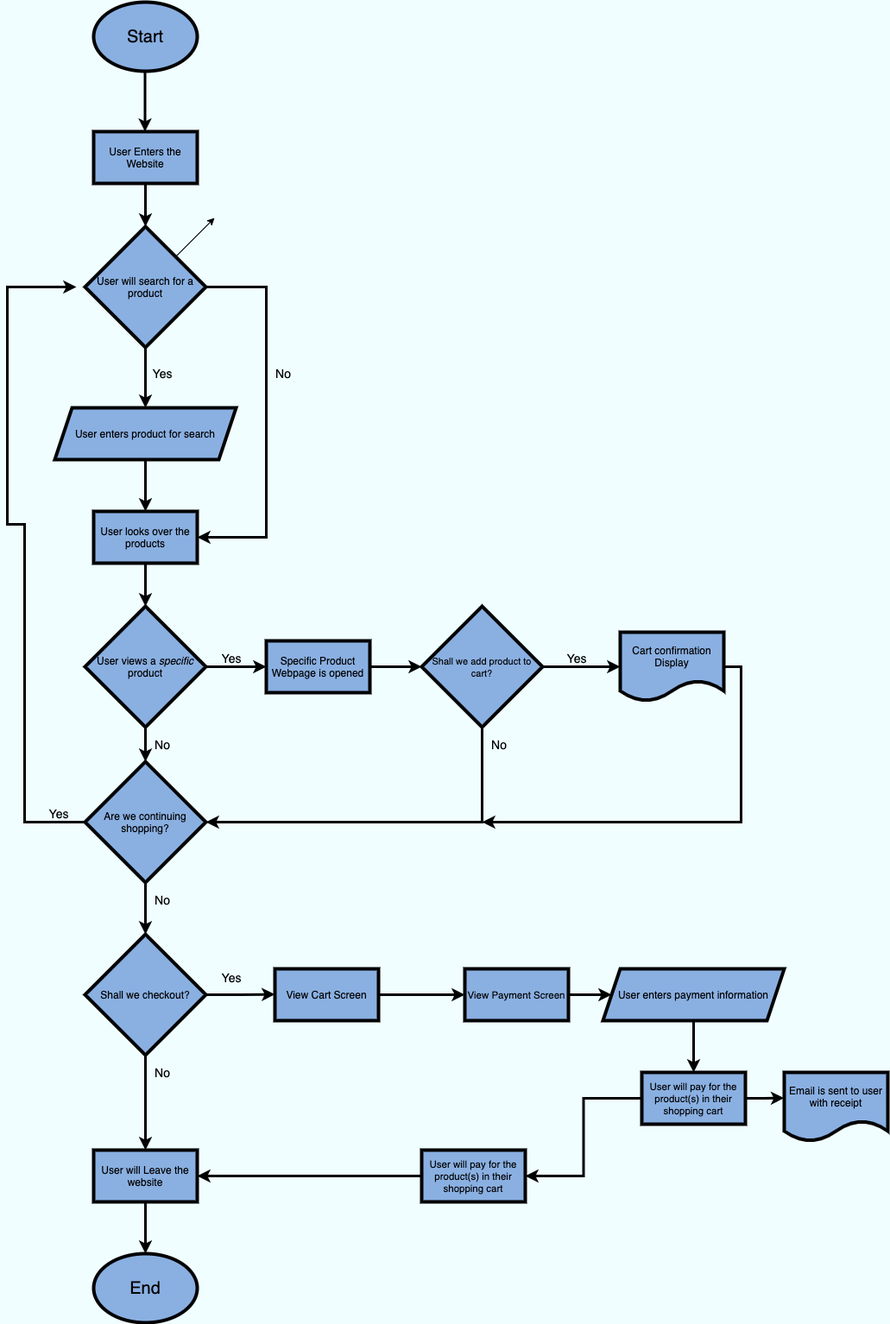
Above: explore/diagramming/diagram.drawio.png in adityaamoghe/fa21-cse110-lab4 (draw.io), before the change. Source tidied: cells renumbered, new cells last; positions are measured from the earlier drawing's top-left corner, leaving out a move shared by most shapes.
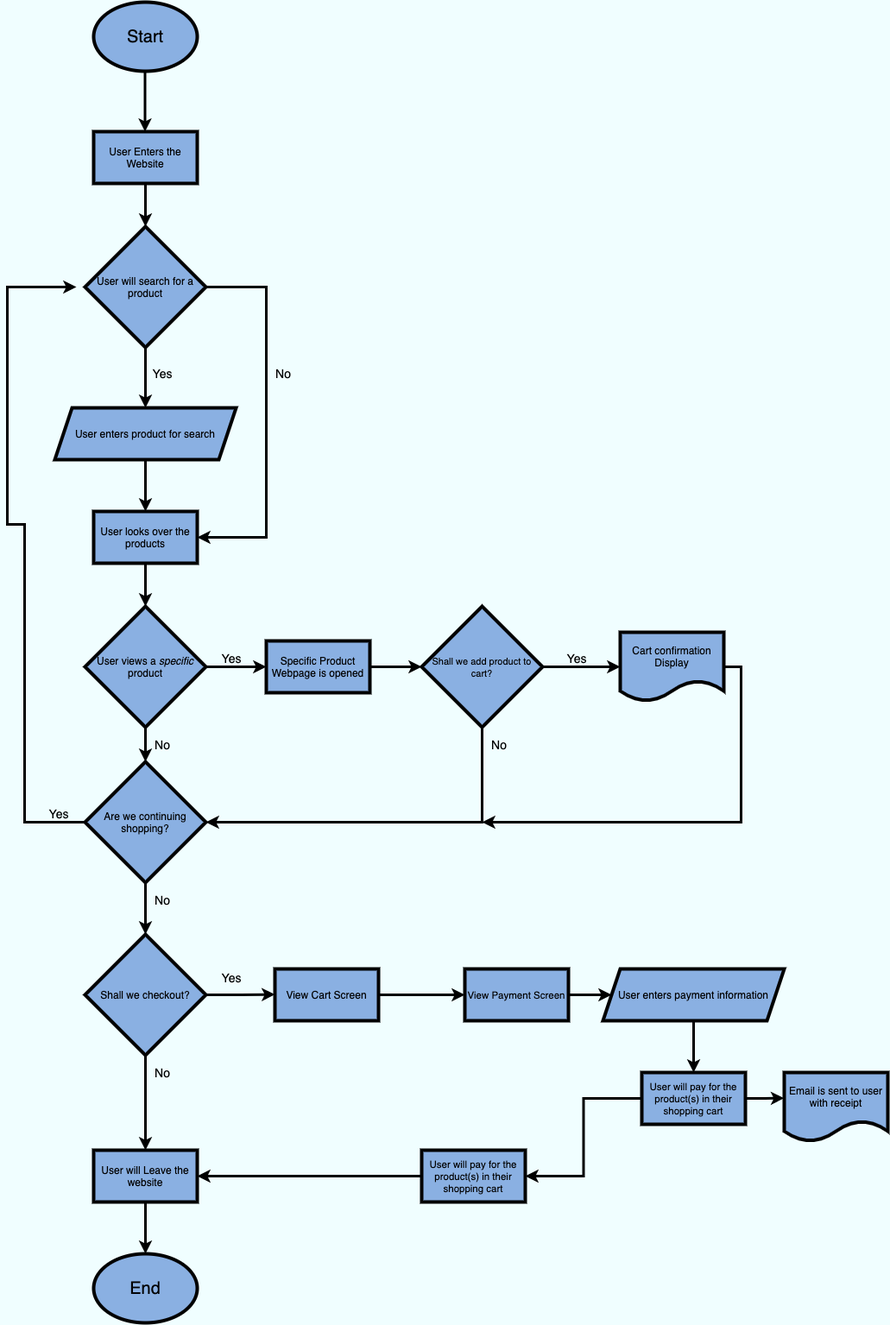
After the commit.

Commit message:
Removed Extra Arrow

Change to the diagram source:
```diff
@@ -18,12 +18,6 @@
     <mxCell id="4" value="&lt;font color=&quot;#000000&quot; style=&quot;font-size: 20px&quot;&gt;Start&lt;/font&gt;" style="text;html=1;strokeColor=none;fillColor=none;align=center;verticalAlign=middle;whiteSpace=wrap;rounded=0;" parent="1" vertex="1">
       <mxGeometry x="140" y="30" width="40" height="20" as="geometry" />
     </mxCell>
-    <mxCell id="5" style="endArrow=classic;html=1;" parent="1" edge="1">
-      <mxGeometry relative="1" as="geometry">
-        <mxPoint x="190" y="300" as="sourcePoint" />
-        <mxPoint x="240" y="250" as="targetPoint" />
-      </mxGeometry>
-    </mxCell>
     <mxCell id="6" style="edgeStyle=orthogonalEdgeStyle;rounded=0;jettySize=auto;html=1;exitX=0.5;exitY=1;exitDx=0;exitDy=0;entryX=0.5;entryY=0;entryDx=0;entryDy=0;strokeColor=#000000;strokeWidth=3;" parent="1" edge="1" source="7" target="10">
       <mxGeometry relative="1" as="geometry" />
     </mxCell>
```
